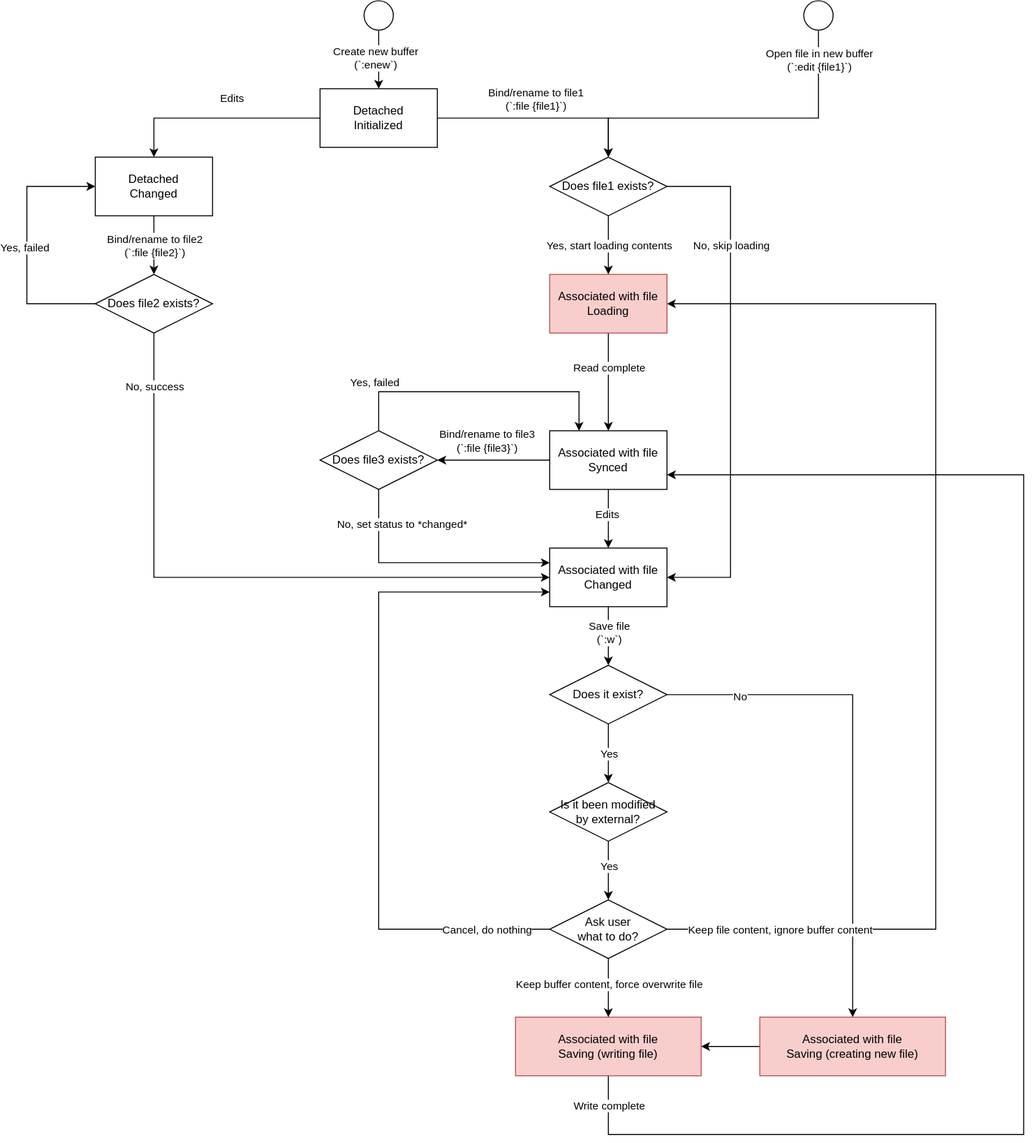
Before: images/4-WindowsAndBuffers-1-FileBuffer.1.drawio.svg, a diagram exported from draw.io (rsvim/rfc). Source tidied: cells renumbered, new cells last; positions are measured from the earlier drawing's top-left corner, leaving out a move shared by most shapes.
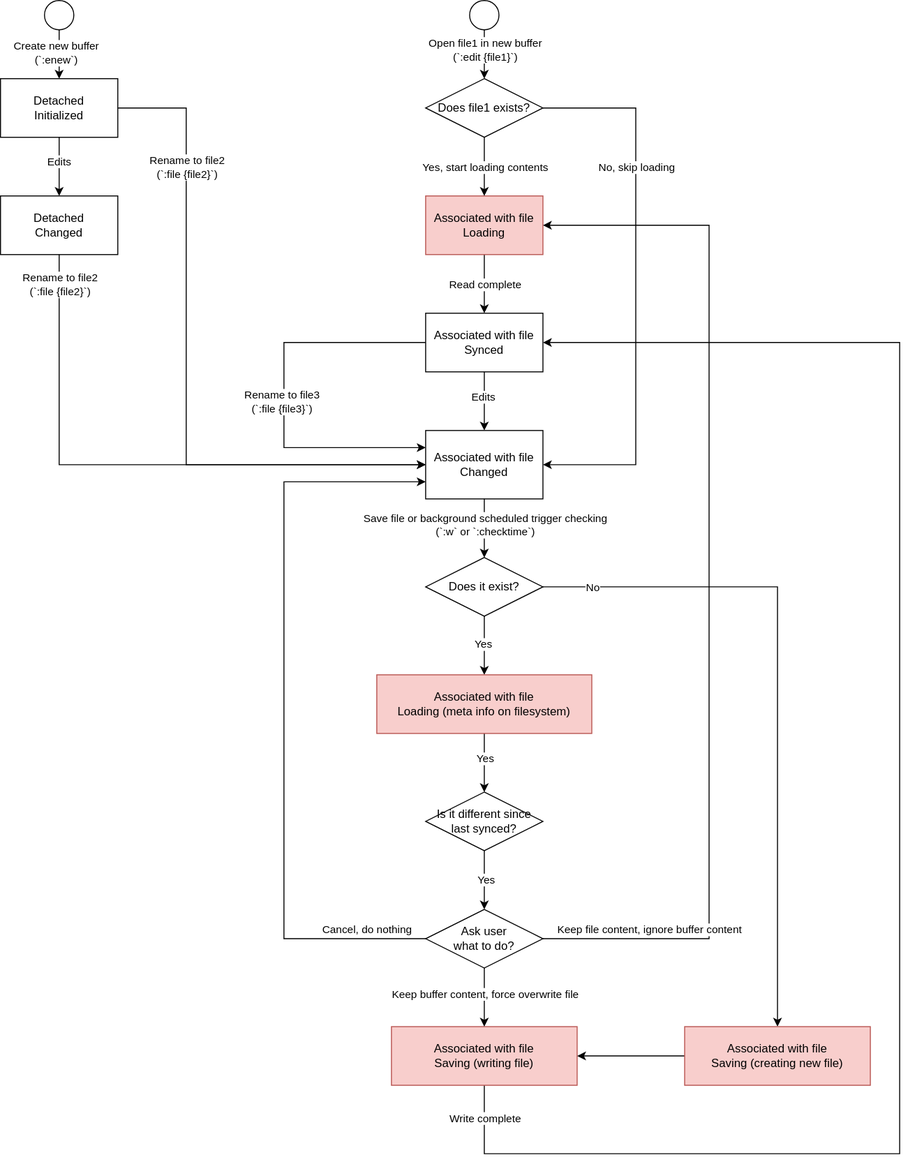
After the commit.

Commit message:
Update normal buffer status flow chart (#29)

The edit, as a diff of the source:
```diff
@@ -2,41 +2,38 @@
   <root>
     <mxCell id="0" />
     <mxCell id="1" parent="0" />
-    <mxCell id="2" style="edgeStyle=orthogonalEdgeStyle;rounded=0;jettySize=auto;html=1;entryX=0.5;entryY=0;entryDx=0;entryDy=0;" parent="1" edge="1" source="5" target="30">
-      <mxGeometry relative="1" as="geometry" />
+    <mxCell id="2" style="edgeStyle=orthogonalEdgeStyle;rounded=0;jettySize=auto;html=1;entryX=0;entryY=0.5;entryDx=0;entryDy=0;exitX=1;exitY=0.5;exitDx=0;exitDy=0;" parent="1" edge="1" source="5" target="17">
+      <mxGeometry relative="1" as="geometry">
+        <Array as="points">
+          <mxPoint x="290" y="110" />
+          <mxPoint x="290" y="475" />
+        </Array>
+      </mxGeometry>
     </mxCell>
-    <mxCell id="3" value="Bind/rename to file1&lt;br&gt;(`:file {file1}`)" style="edgeLabel;html=1;align=center;verticalAlign=middle;" parent="2" vertex="1">
+    <mxCell id="3" value="Rename to file2&lt;br&gt;(`:file {file2}`)" style="edgeLabel;html=1;align=center;verticalAlign=middle;" parent="2" vertex="1">
       <mxGeometry x="-0.29" relative="1" as="geometry">
-        <mxPoint x="23" y="-20" as="offset" />
+        <mxPoint y="-113" as="offset" />
       </mxGeometry>
     </mxCell>
     <mxCell id="4" value="Edits" style="edgeStyle=orthogonalEdgeStyle;rounded=0;jettySize=auto;html=1;entryX=0.5;entryY=0;entryDx=0;entryDy=0;" parent="1" edge="1" source="5" target="11">
-      <mxGeometry x="-0.14" y="-20" relative="1" as="geometry" />
+      <mxGeometry x="-0.18" relative="1" as="geometry" />
     </mxCell>
     <mxCell id="5" value="Detached&lt;br&gt;Initialized" style="rounded=0;whiteSpace=wrap;html=1;" parent="1" vertex="1">
-      <mxGeometry x="300" y="90" width="120" height="60" as="geometry" />
+      <mxGeometry x="100" y="80" width="120" height="60" as="geometry" />
     </mxCell>
     <mxCell id="6" style="edgeStyle=orthogonalEdgeStyle;rounded=0;jettySize=auto;html=1;entryX=0.5;entryY=0;entryDx=0;entryDy=0;" parent="1" edge="1" source="8" target="16">
       <mxGeometry relative="1" as="geometry" />
     </mxCell>
     <mxCell id="7" value="Read complete" style="edgeLabel;html=1;align=center;verticalAlign=middle;" parent="6" vertex="1">
       <mxGeometry x="-0.27" y="4" relative="1" as="geometry">
-        <mxPoint x="-4" y="-2" as="offset" />
+        <mxPoint x="-4" y="8" as="offset" />
       </mxGeometry>
     </mxCell>
     <mxCell id="8" value="Associated with file&lt;br&gt;Loading" style="rounded=0;whiteSpace=wrap;html=1;fillColor=#f8cecc;strokeColor=#b85450;" parent="1" vertex="1">
-      <mxGeometry x="535" y="280" width="120" height="60" as="geometry" />
+      <mxGeometry x="535" y="200" width="120" height="60" as="geometry" />
     </mxCell>
-    <mxCell id="9" style="edgeStyle=orthogonalEdgeStyle;rounded=0;jettySize=auto;html=1;entryX=0.5;entryY=0;entryDx=0;entryDy=0;" parent="1" edge="1" source="11" target="25">
-      <mxGeometry relative="1" as="geometry" />
-    </mxCell>
-    <mxCell id="10" value="Bind/rename to file2&lt;br&gt;(`:file {file2}`)" style="edgeLabel;html=1;align=center;verticalAlign=middle;" parent="9" vertex="1">
-      <mxGeometry x="-0.38" relative="1" as="geometry">
-        <mxPoint y="11" as="offset" />
-      </mxGeometry>
-    </mxCell>
     <mxCell id="11" value="Detached&lt;br&gt;Changed" style="rounded=0;whiteSpace=wrap;html=1;" parent="1" vertex="1">
-      <mxGeometry x="70" y="160" width="120" height="60" as="geometry" />
+      <mxGeometry x="100" y="200" width="120" height="60" as="geometry" />
     </mxCell>
     <mxCell id="12" style="edgeStyle=orthogonalEdgeStyle;rounded=0;jettySize=auto;html=1;entryX=0.5;entryY=0;entryDx=0;entryDy=0;" parent="1" edge="1" source="16" target="17">
       <mxGeometry relative="1" as="geometry" />
@@ -44,63 +41,55 @@
     <mxCell id="13" value="Edits" style="edgeLabel;html=1;align=center;verticalAlign=middle;" parent="12" vertex="1">
       <mxGeometry x="-0.15" y="-2" relative="1" as="geometry" />
     </mxCell>
-    <mxCell id="14" style="edgeStyle=orthogonalEdgeStyle;rounded=0;jettySize=auto;html=1;entryX=1;entryY=0.5;entryDx=0;entryDy=0;" parent="1" edge="1" source="16" target="35">
-      <mxGeometry relative="1" as="geometry" />
+    <mxCell id="14" style="edgeStyle=orthogonalEdgeStyle;rounded=0;jettySize=auto;html=1;entryX=0;entryY=0.25;entryDx=0;entryDy=0;" parent="1" edge="1" source="16" target="17">
+      <mxGeometry relative="1" as="geometry">
+        <Array as="points">
+          <mxPoint x="390" y="350" />
+          <mxPoint x="390" y="458" />
+        </Array>
+      </mxGeometry>
     </mxCell>
-    <mxCell id="15" value="Bind/rename to file3&lt;br&gt;(`:file {file3}`)" style="edgeLabel;html=1;align=center;verticalAlign=middle;" parent="14" vertex="1">
+    <mxCell id="15" value="Rename to file3&lt;br&gt;(`:file {file3}`)" style="edgeLabel;html=1;align=center;verticalAlign=middle;" parent="14" vertex="1">
       <mxGeometry x="0.16" y="-4" relative="1" as="geometry">
-        <mxPoint x="1" y="-16" as="offset" />
+        <mxPoint x="1" y="-25" as="offset" />
       </mxGeometry>
     </mxCell>
     <mxCell id="16" value="Associated with file&lt;br&gt;Synced" style="rounded=0;whiteSpace=wrap;html=1;" parent="1" vertex="1">
-      <mxGeometry x="535" y="440" width="120" height="60" as="geometry" />
+      <mxGeometry x="535" y="320" width="120" height="60" as="geometry" />
     </mxCell>
     <mxCell id="17" value="Associated with file&lt;br&gt;Changed" style="rounded=0;whiteSpace=wrap;html=1;" parent="1" vertex="1">
-      <mxGeometry x="535" y="560" width="120" height="60" as="geometry" />
+      <mxGeometry x="535" y="440" width="120" height="70" as="geometry" />
     </mxCell>
-    <mxCell id="18" style="edgeStyle=orthogonalEdgeStyle;rounded=0;jettySize=auto;html=1;entryX=1;entryY=0.75;entryDx=0;entryDy=0;exitX=0.5;exitY=1;exitDx=0;exitDy=0;" parent="1" edge="1" source="20" target="16">
+    <mxCell id="18" style="edgeStyle=orthogonalEdgeStyle;rounded=0;jettySize=auto;html=1;exitX=0.5;exitY=1;exitDx=0;exitDy=0;" parent="1" edge="1" source="20">
       <mxGeometry relative="1" as="geometry">
+        <mxPoint x="655" y="350" as="targetPoint" />
         <Array as="points">
-          <mxPoint x="595" y="1160" />
-          <mxPoint x="1020" y="1160" />
-          <mxPoint x="1020" y="485" />
+          <mxPoint x="595" y="1180" />
+          <mxPoint x="1020" y="1180" />
+          <mxPoint x="1020" y="350" />
         </Array>
       </mxGeometry>
     </mxCell>
     <mxCell id="19" value="Write complete" style="edgeLabel;html=1;align=center;verticalAlign=middle;" parent="18" vertex="1">
       <mxGeometry x="-0.02" y="1" relative="1" as="geometry">
-        <mxPoint x="-424" y="229" as="offset" />
+        <mxPoint x="-424" y="293" as="offset" />
       </mxGeometry>
     </mxCell>
     <mxCell id="20" value="Associated with file&lt;br&gt;Saving (writing file)" style="rounded=0;whiteSpace=wrap;html=1;fillColor=#f8cecc;strokeColor=#b85450;" parent="1" vertex="1">
-      <mxGeometry x="500" y="1040" width="190" height="60" as="geometry" />
+      <mxGeometry x="500" y="1050" width="190" height="60" as="geometry" />
     </mxCell>
-    <mxCell id="21" style="edgeStyle=orthogonalEdgeStyle;rounded=0;jettySize=auto;html=1;entryX=0;entryY=0.5;entryDx=0;entryDy=0;" parent="1" edge="1" source="25" target="11">
-      <mxGeometry relative="1" as="geometry">
-        <Array as="points">
-          <mxPoint y="310" />
-          <mxPoint y="190" />
-        </Array>
-      </mxGeometry>
-    </mxCell>
-    <mxCell id="22" value="Yes, failed" style="edgeLabel;html=1;align=center;verticalAlign=middle;" parent="21" vertex="1">
-      <mxGeometry x="-0.02" y="3" relative="1" as="geometry" />
-    </mxCell>
-    <mxCell id="23" style="edgeStyle=orthogonalEdgeStyle;rounded=0;jettySize=auto;html=1;entryX=0;entryY=0.5;entryDx=0;entryDy=0;" parent="1" edge="1" source="25" target="17">
+    <mxCell id="23" style="edgeStyle=orthogonalEdgeStyle;rounded=0;jettySize=auto;html=1;entryX=0;entryY=0.5;entryDx=0;entryDy=0;exitX=0.5;exitY=1;exitDx=0;exitDy=0;" parent="1" edge="1" source="11" target="17">
       <mxGeometry relative="1" as="geometry">
         <Array as="points">
-          <mxPoint x="130" y="590" />
+          <mxPoint x="160" y="475" />
         </Array>
       </mxGeometry>
     </mxCell>
-    <mxCell id="24" value="No, success" style="edgeLabel;html=1;align=center;verticalAlign=middle;" parent="23" vertex="1">
+    <mxCell id="24" value="Rename to file2&lt;br&gt;(`:file {file2}`)" style="edgeLabel;html=1;align=center;verticalAlign=middle;" parent="23" vertex="1">
       <mxGeometry x="-0.16" relative="1" as="geometry">
-        <mxPoint x="-25" y="-196" as="offset" />
+        <mxPoint x="-33" y="-185" as="offset" />
       </mxGeometry>
     </mxCell>
-    <mxCell id="25" value="Does file2 exists?" style="rhombus;whiteSpace=wrap;html=1;" parent="1" vertex="1">
-      <mxGeometry x="70" y="280" width="120" height="60" as="geometry" />
-    </mxCell>
     <mxCell id="26" style="edgeStyle=orthogonalEdgeStyle;rounded=0;jettySize=auto;html=1;entryX=0.5;entryY=0;entryDx=0;entryDy=0;" parent="1" edge="1" source="30" target="8">
       <mxGeometry relative="1" as="geometry" />
     </mxCell>
@@ -112,56 +101,28 @@
     <mxCell id="28" style="edgeStyle=orthogonalEdgeStyle;rounded=0;jettySize=auto;html=1;entryX=1;entryY=0.5;entryDx=0;entryDy=0;exitX=1;exitY=0.5;exitDx=0;exitDy=0;" parent="1" edge="1" source="30" target="17">
       <mxGeometry relative="1" as="geometry">
         <Array as="points">
-          <mxPoint x="720" y="190" />
-          <mxPoint x="720" y="590" />
+          <mxPoint x="750" y="110" />
+          <mxPoint x="750" y="475" />
         </Array>
       </mxGeometry>
     </mxCell>
     <mxCell id="29" value="No, skip loading" style="edgeLabel;html=1;align=center;verticalAlign=middle;" parent="28" vertex="1">
       <mxGeometry x="-0.01" y="-1" relative="1" as="geometry">
-        <mxPoint x="1" y="-138" as="offset" />
+        <mxPoint x="1" y="-121" as="offset" />
       </mxGeometry>
     </mxCell>
     <mxCell id="30" value="Does file1 exists?" style="rhombus;whiteSpace=wrap;html=1;" parent="1" vertex="1">
-      <mxGeometry x="535" y="160" width="120" height="60" as="geometry" />
+      <mxGeometry x="535" y="80" width="120" height="60" as="geometry" />
     </mxCell>
-    <mxCell id="31" style="edgeStyle=orthogonalEdgeStyle;rounded=0;jettySize=auto;html=1;entryX=0.25;entryY=0;entryDx=0;entryDy=0;exitX=0.5;exitY=0;exitDx=0;exitDy=0;" parent="1" edge="1" source="35" target="16">
-      <mxGeometry relative="1" as="geometry">
-        <Array as="points">
-          <mxPoint x="360" y="400" />
-          <mxPoint x="565" y="400" />
-        </Array>
-      </mxGeometry>
-    </mxCell>
-    <mxCell id="32" value="Yes, failed" style="edgeLabel;html=1;align=center;verticalAlign=middle;" parent="31" vertex="1">
-      <mxGeometry x="-0.43" y="2" relative="1" as="geometry">
-        <mxPoint x="-47" y="-8" as="offset" />
-      </mxGeometry>
-    </mxCell>
-    <mxCell id="33" style="edgeStyle=orthogonalEdgeStyle;rounded=0;jettySize=auto;html=1;entryX=0;entryY=0.25;entryDx=0;entryDy=0;exitX=0.5;exitY=1;exitDx=0;exitDy=0;" parent="1" edge="1" source="35" target="17">
-      <mxGeometry relative="1" as="geometry">
-        <Array as="points">
-          <mxPoint x="360" y="575" />
-        </Array>
-      </mxGeometry>
-    </mxCell>
-    <mxCell id="34" value="No, set status to *changed*" style="edgeLabel;html=1;align=center;verticalAlign=middle;" parent="33" vertex="1">
-      <mxGeometry x="-0.25" y="-2" relative="1" as="geometry">
-        <mxPoint x="4" y="-42" as="offset" />
-      </mxGeometry>
-    </mxCell>
-    <mxCell id="35" value="Does file3 exists?" style="rhombus;whiteSpace=wrap;html=1;" parent="1" vertex="1">
-      <mxGeometry x="300" y="440" width="120" height="60" as="geometry" />
-    </mxCell>
     <mxCell id="36" style="edgeStyle=orthogonalEdgeStyle;rounded=0;jettySize=auto;html=1;entryX=0.5;entryY=0;entryDx=0;entryDy=0;" parent="1" edge="1" source="17" target="45">
       <mxGeometry relative="1" as="geometry" />
     </mxCell>
-    <mxCell id="37" value="Save file&lt;br&gt;(`:w`)" style="edgeLabel;html=1;align=center;verticalAlign=middle;" parent="36" vertex="1">
+    <mxCell id="37" value="Save file or background scheduled trigger checking&lt;br&gt;(`:w` or `:checktime`)" style="edgeLabel;html=1;align=center;verticalAlign=middle;" parent="36" vertex="1">
       <mxGeometry x="-0.12" relative="1" as="geometry">
         <mxPoint y="-1" as="offset" />
       </mxGeometry>
     </mxCell>
-    <mxCell id="38" style="edgeStyle=orthogonalEdgeStyle;rounded=0;jettySize=auto;html=1;entryX=0.5;entryY=0;entryDx=0;entryDy=0;" parent="1" edge="1" source="40" target="54">
+    <mxCell id="38" style="edgeStyle=orthogonalEdgeStyle;rounded=0;jettySize=auto;html=1;exitX=0.5;exitY=1;exitDx=0;exitDy=0;entryX=0.5;entryY=0;entryDx=0;entryDy=0;" parent="1" edge="1" source="64" target="63">
       <mxGeometry relative="1" as="geometry" />
     </mxCell>
     <mxCell id="39" value="Yes" style="edgeLabel;html=1;align=center;verticalAlign=middle;" parent="38" vertex="1">
@@ -169,17 +130,18 @@
         <mxPoint x="-2" y="-9" as="offset" />
       </mxGeometry>
     </mxCell>
-    <mxCell id="40" value="Is it been modified&lt;br&gt;by external?" style="rhombus;whiteSpace=wrap;html=1;" parent="1" vertex="1">
-      <mxGeometry x="535" y="800" width="120" height="60" as="geometry" />
-    </mxCell>
     <mxCell id="41" style="edgeStyle=orthogonalEdgeStyle;rounded=0;jettySize=auto;html=1;entryX=0.5;entryY=0;entryDx=0;entryDy=0;" parent="1" edge="1" source="45" target="47">
       <mxGeometry relative="1" as="geometry" />
     </mxCell>
     <mxCell id="42" value="No" style="edgeLabel;html=1;align=center;verticalAlign=middle;" parent="41" vertex="1">
-      <mxGeometry x="-0.72" y="-1" relative="1" as="geometry" />
+      <mxGeometry x="-0.72" y="-1" relative="1" as="geometry">
+        <mxPoint x="-48" y="-1" as="offset" />
+      </mxGeometry>
     </mxCell>
-    <mxCell id="43" style="edgeStyle=orthogonalEdgeStyle;rounded=0;jettySize=auto;html=1;entryX=0.5;entryY=0;entryDx=0;entryDy=0;" parent="1" edge="1" source="45" target="40">
-      <mxGeometry relative="1" as="geometry" />
+    <mxCell id="43" style="edgeStyle=orthogonalEdgeStyle;rounded=0;jettySize=auto;html=1;entryX=0.5;entryY=0;entryDx=0;entryDy=0;" parent="1" edge="1" source="45">
+      <mxGeometry relative="1" as="geometry">
+        <mxPoint x="595" y="690" as="targetPoint" />
+      </mxGeometry>
     </mxCell>
     <mxCell id="44" value="Yes" style="edgeLabel;html=1;align=center;verticalAlign=middle;" parent="43" vertex="1">
       <mxGeometry x="-0.01" y="2" relative="1" as="geometry">
@@ -187,17 +149,18 @@
       </mxGeometry>
     </mxCell>
     <mxCell id="45" value="Does it exist?" style="rhombus;whiteSpace=wrap;html=1;" parent="1" vertex="1">
-      <mxGeometry x="535" y="680" width="120" height="60" as="geometry" />
+      <mxGeometry x="535" y="570" width="120" height="60" as="geometry" />
     </mxCell>
     <mxCell id="46" style="edgeStyle=orthogonalEdgeStyle;rounded=0;jettySize=auto;html=1;entryX=1;entryY=0.5;entryDx=0;entryDy=0;exitX=0;exitY=0.5;exitDx=0;exitDy=0;" parent="1" edge="1" source="47" target="20">
       <mxGeometry relative="1" as="geometry">
         <Array as="points">
-          <mxPoint x="750" y="1070" />
+          <mxPoint x="770" y="1080" />
+          <mxPoint x="770" y="1080" />
         </Array>
       </mxGeometry>
     </mxCell>
     <mxCell id="47" value="Associated with file&lt;br&gt;Saving (creating new file)" style="rounded=0;whiteSpace=wrap;html=1;fillColor=#f8cecc;strokeColor=#b85450;" parent="1" vertex="1">
-      <mxGeometry x="750" y="1040" width="190" height="60" as="geometry" />
+      <mxGeometry x="800" y="1050" width="190" height="60" as="geometry" />
     </mxCell>
     <mxCell id="48" style="edgeStyle=orthogonalEdgeStyle;rounded=0;jettySize=auto;html=1;entryX=0.5;entryY=0;entryDx=0;entryDy=0;" parent="1" edge="1" source="54" target="20">
       <mxGeometry relative="1" as="geometry" />
@@ -208,31 +171,31 @@
     <mxCell id="50" style="edgeStyle=orthogonalEdgeStyle;rounded=0;jettySize=auto;html=1;entryX=0;entryY=0.75;entryDx=0;entryDy=0;exitX=0;exitY=0.5;exitDx=0;exitDy=0;" parent="1" edge="1" source="54" target="17">
       <mxGeometry relative="1" as="geometry">
         <Array as="points">
-          <mxPoint x="360" y="950" />
-          <mxPoint x="360" y="605" />
+          <mxPoint x="390" y="960" />
+          <mxPoint x="390" y="493" />
         </Array>
       </mxGeometry>
     </mxCell>
     <mxCell id="51" value="Cancel, do nothing" style="edgeLabel;html=1;align=center;verticalAlign=middle;" parent="50" vertex="1">
       <mxGeometry x="-0.71" y="-2" relative="1" as="geometry">
-        <mxPoint x="35" y="2" as="offset" />
+        <mxPoint x="48" y="-8" as="offset" />
       </mxGeometry>
     </mxCell>
     <mxCell id="52" style="edgeStyle=orthogonalEdgeStyle;rounded=0;jettySize=auto;html=1;entryX=1;entryY=0.5;entryDx=0;entryDy=0;exitX=1;exitY=0.5;exitDx=0;exitDy=0;" parent="1" edge="1" source="54" target="8">
       <mxGeometry relative="1" as="geometry">
         <Array as="points">
-          <mxPoint x="930" y="950" />
-          <mxPoint x="930" y="310" />
+          <mxPoint x="825" y="960" />
+          <mxPoint x="825" y="230" />
         </Array>
       </mxGeometry>
     </mxCell>
     <mxCell id="53" value="Keep file content, ignore buffer content" style="edgeLabel;html=1;align=center;verticalAlign=middle;" parent="52" vertex="1">
       <mxGeometry x="-0.85" y="3" relative="1" as="geometry">
-        <mxPoint x="27" y="3" as="offset" />
+        <mxPoint x="29" y="-7" as="offset" />
       </mxGeometry>
     </mxCell>
     <mxCell id="54" value="Ask user&lt;br&gt;what to do?" style="rhombus;whiteSpace=wrap;html=1;" parent="1" vertex="1">
-      <mxGeometry x="535" y="920" width="120" height="60" as="geometry" />
+      <mxGeometry x="535" y="930" width="120" height="60" as="geometry" />
     </mxCell>
     <mxCell id="55" style="edgeStyle=orthogonalEdgeStyle;rounded=0;jettySize=auto;html=1;entryX=0.5;entryY=0;entryDx=0;entryDy=0;exitX=0.5;exitY=1;exitDx=0;exitDy=0;" parent="1" edge="1" source="57" target="5">
       <mxGeometry relative="1" as="geometry" />
@@ -243,23 +206,35 @@
       </mxGeometry>
     </mxCell>
     <mxCell id="57" style="ellipse;whiteSpace=wrap;html=1;" parent="1" vertex="1">
-      <mxGeometry x="345" width="30" height="30" as="geometry" />
+      <mxGeometry x="145" width="30" height="30" as="geometry" />
     </mxCell>
     <mxCell id="58" style="edgeStyle=orthogonalEdgeStyle;rounded=0;jettySize=auto;html=1;entryX=0.5;entryY=0;entryDx=0;entryDy=0;" parent="1" edge="1" source="60" target="30">
       <mxGeometry relative="1" as="geometry">
         <Array as="points">
-          <mxPoint x="810" y="120" />
-          <mxPoint x="595" y="120" />
+          <mxPoint x="595" y="70" />
+          <mxPoint x="595" y="70" />
         </Array>
       </mxGeometry>
     </mxCell>
-    <mxCell id="59" value="Open file in new buffer&lt;br&gt;(`:edit {file1}`)" style="edgeLabel;html=1;align=center;verticalAlign=middle;" parent="58" vertex="1">
+    <mxCell id="59" value="Open file1 in new buffer&lt;br&gt;(`:edit {file1}`)" style="edgeLabel;html=1;align=center;verticalAlign=middle;" parent="58" vertex="1">
       <mxGeometry x="-0.17" y="-2" relative="1" as="geometry">
-        <mxPoint x="54" y="-58" as="offset" />
+        <mxPoint x="2" y="-1" as="offset" />
       </mxGeometry>
     </mxCell>
     <mxCell id="60" style="ellipse;whiteSpace=wrap;html=1;" parent="1" vertex="1">
-      <mxGeometry x="795" width="30" height="30" as="geometry" />
+      <mxGeometry x="580" width="30" height="30" as="geometry" />
     </mxCell>
+    <mxCell id="61" style="edgeStyle=orthogonalEdgeStyle;rounded=0;jettySize=auto;html=1;entryX=0.5;entryY=0;entryDx=0;entryDy=0;" parent="1" edge="1" source="63" target="54">
+      <mxGeometry relative="1" as="geometry" />
+    </mxCell>
+    <mxCell id="62" value="Yes" style="edgeLabel;html=1;align=center;verticalAlign=middle;" parent="61" vertex="1">
+      <mxGeometry x="-0.03" y="1" relative="1" as="geometry" />
+    </mxCell>
+    <mxCell id="63" value="Is it different since last synced?" style="rhombus;whiteSpace=wrap;html=1;" parent="1" vertex="1">
+      <mxGeometry x="535" y="810" width="120" height="60" as="geometry" />
+    </mxCell>
+    <mxCell id="64" value="Associated with file&lt;br&gt;Loading (meta info on filesystem)" style="rounded=0;whiteSpace=wrap;html=1;fillColor=#f8cecc;strokeColor=#b85450;" parent="1" vertex="1">
+      <mxGeometry x="485" y="690" width="220" height="60" as="geometry" />
+    </mxCell>
   </root>
 </mxGraphModel>
```
